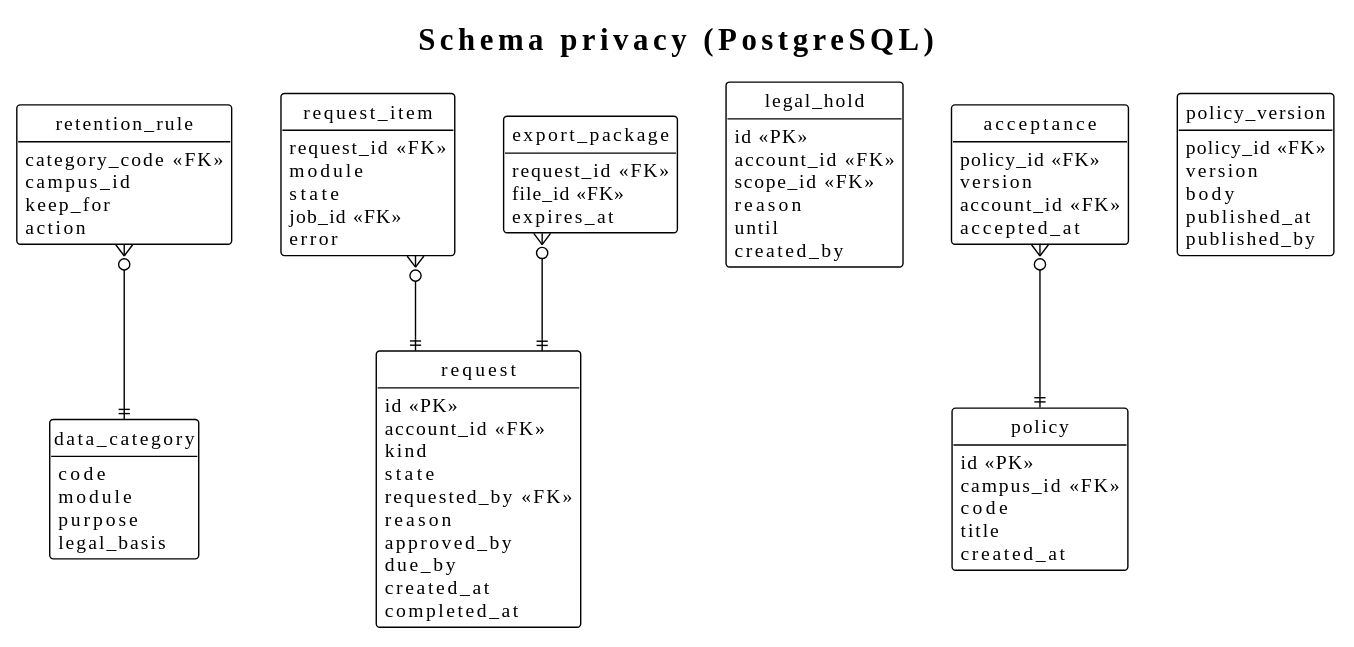
Before: docs/03-design/data-model/privacy.svg, a diagram exported from PlantUML (didactika/kampus).
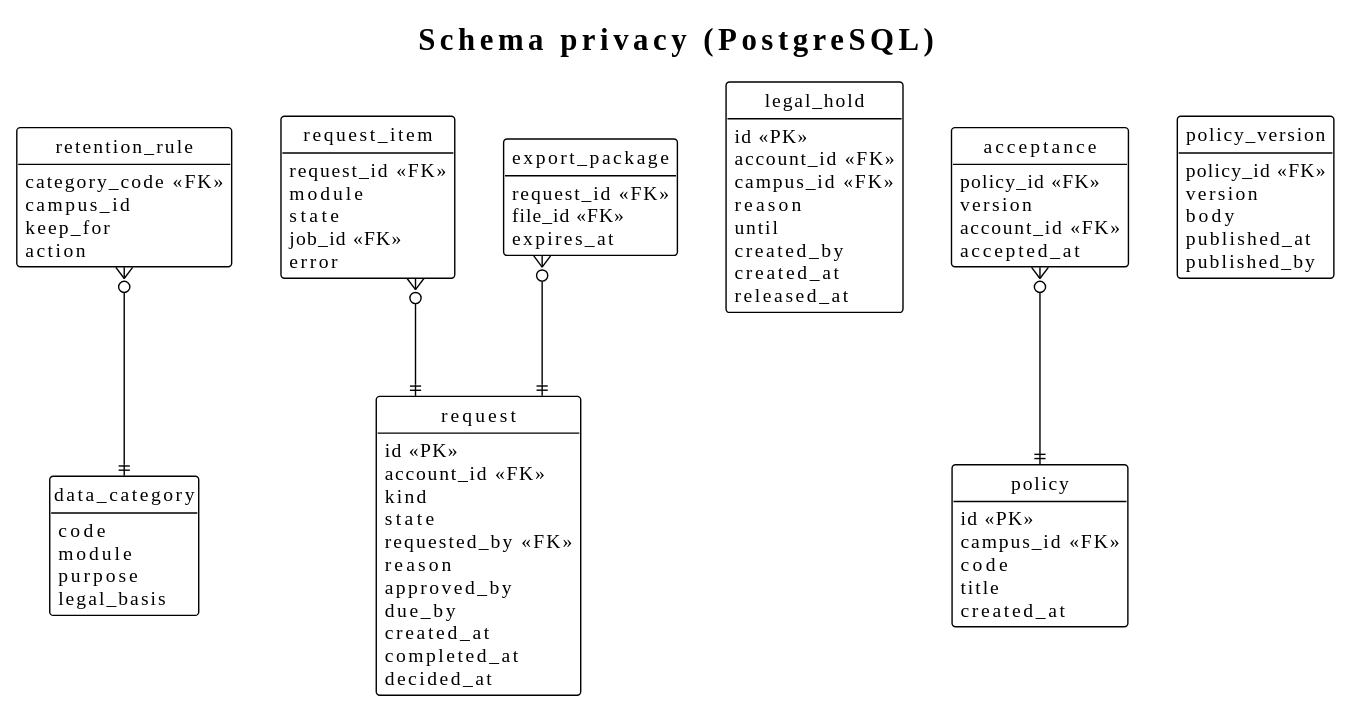
After the commit.

Diff of the diagram source:
```diff
@@ -22,6 +22,7 @@
   due_by
   created_at
   completed_at
+  decided_at
 }
 entity request_item {
   request_id <<FK>>
@@ -39,10 +40,12 @@
 entity legal_hold {
   id <<PK>>
   account_id <<FK>>
-  scope_id <<FK>>
+  campus_id <<FK>>
   reason
   until
   created_by
+  created_at
+  released_at
 }
 entity policy {
   id <<PK>>
```
